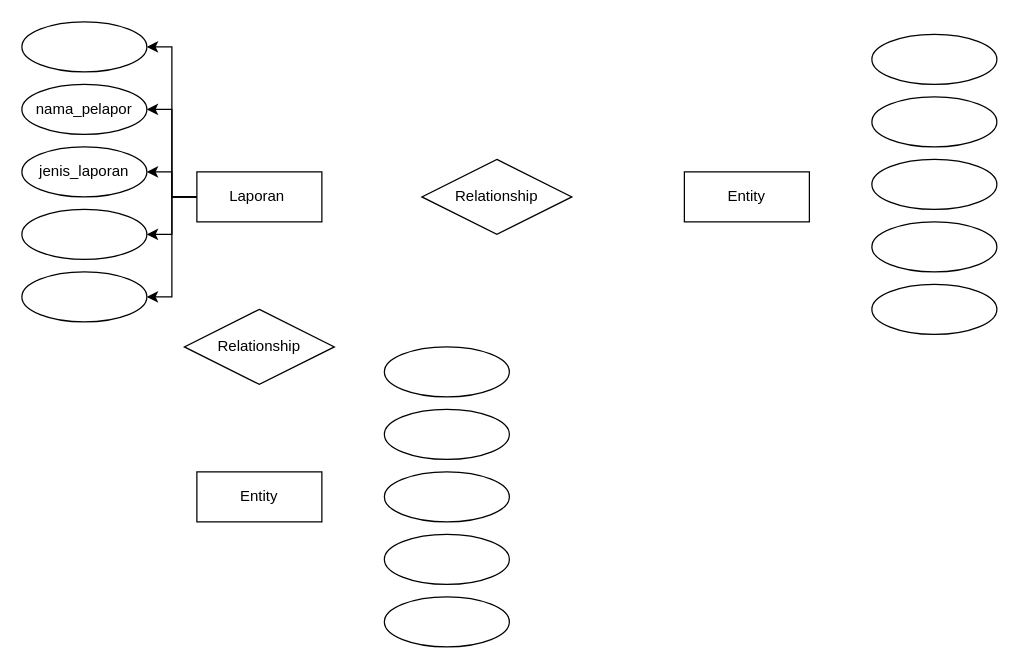
Before: Untitled Diagram.drawio in TioAdiTias/File-Tugas-Praktek-Kuliah, a draw.io diagram. Source tidied: cells renumbered, new cells numbered last; positions are measured from the earlier drawing's top-left corner, leaving out a move shared by most shapes. Both pictures are drawn from the tidied source at 125%, with x=0, y=0 at pixel (21, 21).
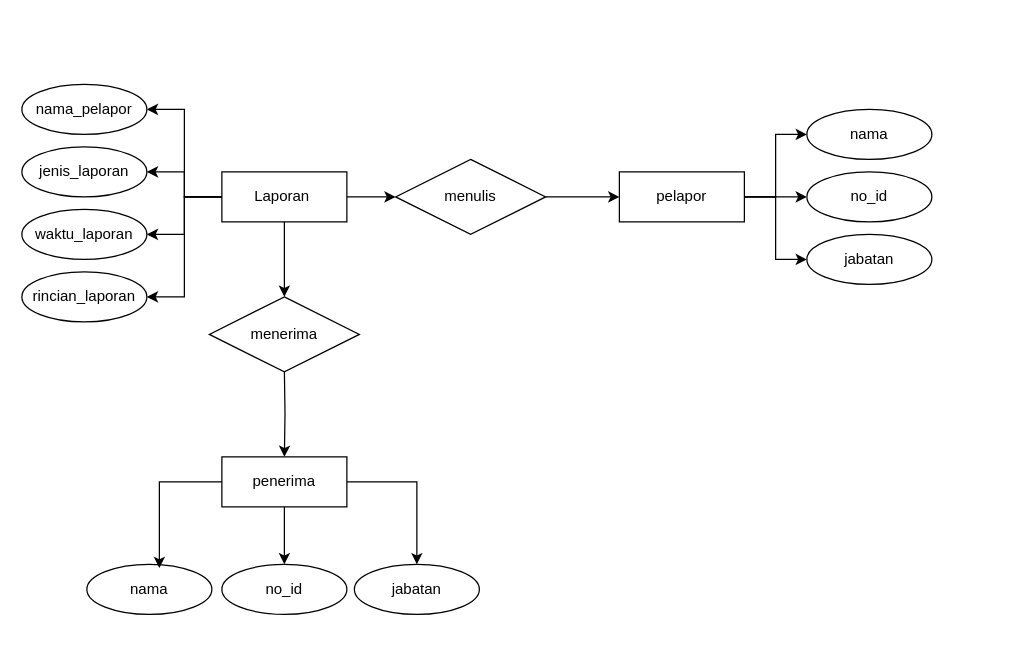
Above is the later version.

Change to the diagram source:
```diff
@@
-    <mxCell id="5" style="edgeStyle=orthogonalEdgeStyle;rounded=0;jettySize=auto;html=1;entryX=1;entryY=0.5;entryDx=0;entryDy=0;" parent="1" edge="1" source="7" target="11">
-      <mxGeometry relative="1" as="geometry" />
-    </mxCell>
@@
+    <mxCell id="27" style="edgeStyle=orthogonalEdgeStyle;rounded=0;jettySize=auto;html=1;entryX=0;entryY=0.5;entryDx=0;entryDy=0;" parent="1" edge="1" source="7" target="15">
+      <mxGeometry relative="1" as="geometry" />
+    </mxCell>
+    <mxCell id="28" style="edgeStyle=orthogonalEdgeStyle;rounded=0;jettySize=auto;html=1;" parent="1" edge="1" source="7" target="16">
+      <mxGeometry relative="1" as="geometry" />
+    </mxCell>
     <mxCell id="7" value="Laporan&amp;nbsp;" style="whiteSpace=wrap;html=1;align=center;" parent="1" vertex="1">
-      <mxGeometry x="140" y="120" width="100" height="40" as="geometry" />
+      <mxGeometry x="160" y="120" width="100" height="40" as="geometry" />
     </mxCell>
-    <mxCell id="8" style="ellipse;whiteSpace=wrap;html=1;align=center;" parent="1" vertex="1">
+    <mxCell id="8" value="waktu_laporan" style="ellipse;whiteSpace=wrap;html=1;align=center;" parent="1" vertex="1">
       <mxGeometry y="150" width="100" height="40" as="geometry" />
     </mxCell>
-    <mxCell id="9" style="ellipse;whiteSpace=wrap;html=1;align=center;" parent="1" vertex="1">
+    <mxCell id="9" value="rincian_laporan" style="ellipse;whiteSpace=wrap;html=1;align=center;" parent="1" vertex="1">
       <mxGeometry y="200" width="100" height="40" as="geometry" />
     </mxCell>
@@
-    <mxCell id="11" style="ellipse;whiteSpace=wrap;html=1;align=center;fontStyle=4;" parent="1" vertex="1">
-      <mxGeometry width="100" height="40" as="geometry" />
-    </mxCell>
@@
+    <mxCell id="29" style="edgeStyle=orthogonalEdgeStyle;rounded=0;jettySize=auto;html=1;" parent="1" edge="1" source="13" target="21">
+      <mxGeometry relative="1" as="geometry" />
+    </mxCell>
+    <mxCell id="30" style="edgeStyle=orthogonalEdgeStyle;rounded=0;jettySize=auto;html=1;entryX=0;entryY=0.5;entryDx=0;entryDy=0;" parent="1" edge="1" source="13" target="17">
+      <mxGeometry relative="1" as="geometry" />
+    </mxCell>
+    <mxCell id="31" style="edgeStyle=orthogonalEdgeStyle;rounded=0;jettySize=auto;html=1;entryX=0;entryY=0.5;entryDx=0;entryDy=0;" parent="1" edge="1" source="13" target="19">
+      <mxGeometry relative="1" as="geometry" />
+    </mxCell>
-    <mxCell id="13" value="Entity" style="whiteSpace=wrap;html=1;align=center;" parent="1" vertex="1">
-      <mxGeometry x="530" y="120" width="100" height="40" as="geometry" />
+    <mxCell id="13" value="pelapor" style="whiteSpace=wrap;html=1;align=center;" parent="1" vertex="1">
+      <mxGeometry x="478" y="120" width="100" height="40" as="geometry" />
     </mxCell>
+    <mxCell id="32" style="edgeStyle=orthogonalEdgeStyle;rounded=0;jettySize=auto;html=1;entryX=0.5;entryY=0;entryDx=0;entryDy=0;" parent="1" edge="1" source="14" target="22">
+      <mxGeometry relative="1" as="geometry" />
+    </mxCell>
+    <mxCell id="33" style="edgeStyle=orthogonalEdgeStyle;rounded=0;jettySize=auto;html=1;" parent="1" edge="1" source="14" target="23">
+      <mxGeometry relative="1" as="geometry" />
+    </mxCell>
-    <mxCell id="14" value="Entity" style="whiteSpace=wrap;html=1;align=center;" parent="1" vertex="1">
-      <mxGeometry x="140" y="360" width="100" height="40" as="geometry" />
+    <mxCell id="14" value="penerima" style="whiteSpace=wrap;html=1;align=center;" parent="1" vertex="1">
+      <mxGeometry x="160" y="348" width="100" height="40" as="geometry" />
     </mxCell>
+    <mxCell id="34" style="edgeStyle=orthogonalEdgeStyle;rounded=0;jettySize=auto;html=1;entryX=0;entryY=0.5;entryDx=0;entryDy=0;" parent="1" edge="1" source="15" target="13">
+      <mxGeometry relative="1" as="geometry" />
+    </mxCell>
-    <mxCell id="15" value="Relationship" style="shape=rhombus;perimeter=rhombusPerimeter;whiteSpace=wrap;html=1;align=center;" parent="1" vertex="1">
-      <mxGeometry x="320" y="110" width="120" height="60" as="geometry" />
+    <mxCell id="15" value="menulis" style="shape=rhombus;perimeter=rhombusPerimeter;whiteSpace=wrap;html=1;align=center;" parent="1" vertex="1">
+      <mxGeometry x="299" y="110" width="120" height="60" as="geometry" />
     </mxCell>
+    <mxCell id="35" style="edgeStyle=orthogonalEdgeStyle;rounded=0;jettySize=auto;html=1;entryX=0.5;entryY=0;entryDx=0;entryDy=0;" parent="1" edge="1" target="14">
+      <mxGeometry relative="1" as="geometry">
+        <mxPoint x="210" y="278" as="sourcePoint" />
+      </mxGeometry>
+    </mxCell>
-    <mxCell id="16" value="Relationship" style="shape=rhombus;perimeter=rhombusPerimeter;whiteSpace=wrap;html=1;align=center;" parent="1" vertex="1">
-      <mxGeometry x="130" y="230" width="120" height="60" as="geometry" />
+    <mxCell id="16" value="menerima" style="shape=rhombus;perimeter=rhombusPerimeter;whiteSpace=wrap;html=1;align=center;" parent="1" vertex="1">
+      <mxGeometry x="150" y="220" width="120" height="60" as="geometry" />
     </mxCell>
-    <mxCell id="17" style="ellipse;whiteSpace=wrap;html=1;align=center;" parent="1" vertex="1">
-      <mxGeometry x="680" y="160" width="100" height="40" as="geometry" />
+    <mxCell id="17" value="jabatan" style="ellipse;whiteSpace=wrap;html=1;align=center;" parent="1" vertex="1">
+      <mxGeometry x="628" y="170" width="100" height="40" as="geometry" />
     </mxCell>
-    <mxCell id="18" style="ellipse;whiteSpace=wrap;html=1;align=center;" parent="1" vertex="1">
-      <mxGeometry x="680" y="210" width="100" height="40" as="geometry" />
-    </mxCell>
-    <mxCell id="19" style="ellipse;whiteSpace=wrap;html=1;align=center;" parent="1" vertex="1">
-      <mxGeometry x="680" y="60" width="100" height="40" as="geometry" />
+    <mxCell id="19" value="nama" style="ellipse;whiteSpace=wrap;html=1;align=center;" parent="1" vertex="1">
+      <mxGeometry x="628" y="70" width="100" height="40" as="geometry" />
     </mxCell>
-    <mxCell id="20" style="ellipse;whiteSpace=wrap;html=1;align=center;fontStyle=4;" parent="1" vertex="1">
-      <mxGeometry x="680" y="10" width="100" height="40" as="geometry" />
-    </mxCell>
-    <mxCell id="21" style="ellipse;whiteSpace=wrap;html=1;align=center;" parent="1" vertex="1">
-      <mxGeometry x="680" y="110" width="100" height="40" as="geometry" />
+    <mxCell id="21" value="no_id" style="ellipse;whiteSpace=wrap;html=1;align=center;" parent="1" vertex="1">
+      <mxGeometry x="628" y="120" width="100" height="40" as="geometry" />
     </mxCell>
-    <mxCell id="22" style="ellipse;whiteSpace=wrap;html=1;align=center;" parent="1" vertex="1">
-      <mxGeometry x="290" y="410" width="100" height="40" as="geometry" />
+    <mxCell id="22" value="no_id" style="ellipse;whiteSpace=wrap;html=1;align=center;" parent="1" vertex="1">
+      <mxGeometry x="160" y="434" width="100" height="40" as="geometry" />
     </mxCell>
-    <mxCell id="23" style="ellipse;whiteSpace=wrap;html=1;align=center;" parent="1" vertex="1">
-      <mxGeometry x="290" y="460" width="100" height="40" as="geometry" />
+    <mxCell id="23" value="jabatan" style="ellipse;whiteSpace=wrap;html=1;align=center;" parent="1" vertex="1">
+      <mxGeometry x="266" y="434" width="100" height="40" as="geometry" />
     </mxCell>
-    <mxCell id="24" style="ellipse;whiteSpace=wrap;html=1;align=center;" parent="1" vertex="1">
-      <mxGeometry x="290" y="310" width="100" height="40" as="geometry" />
-    </mxCell>
-    <mxCell id="25" style="ellipse;whiteSpace=wrap;html=1;align=center;fontStyle=4;" parent="1" vertex="1">
-      <mxGeometry x="290" y="260" width="100" height="40" as="geometry" />
-    </mxCell>
-    <mxCell id="26" style="ellipse;whiteSpace=wrap;html=1;align=center;" parent="1" vertex="1">
-      <mxGeometry x="290" y="360" width="100" height="40" as="geometry" />
+    <mxCell id="26" value="nama" style="ellipse;whiteSpace=wrap;html=1;align=center;" parent="1" vertex="1">
+      <mxGeometry x="52" y="434" width="100" height="40" as="geometry" />
     </mxCell>
+    <mxCell id="36" style="edgeStyle=orthogonalEdgeStyle;rounded=0;jettySize=auto;html=1;entryX=0.58;entryY=0.075;entryDx=0;entryDy=0;entryPerimeter=0;" parent="1" edge="1" source="14" target="26">
+      <mxGeometry relative="1" as="geometry" />
+    </mxCell>
```
